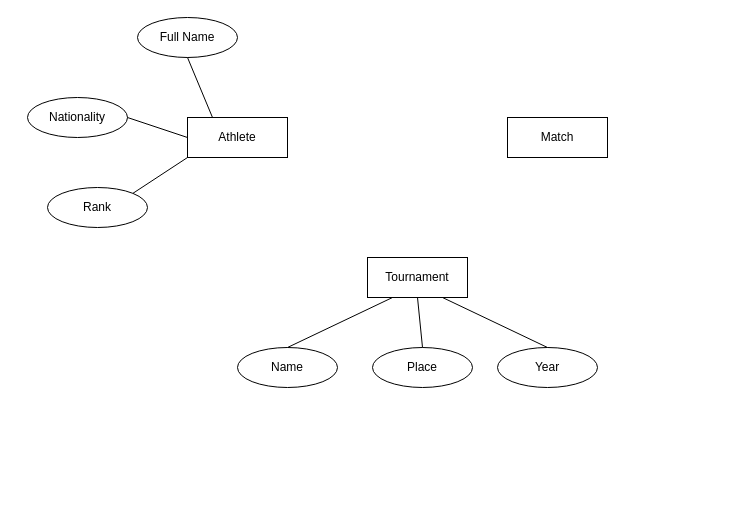
GiorgosKotsompolis/hello-world keeps this draw.io diagram as DB Σειρά 1.drawio. Above is the earlier version. Source tidied: cells renumbered, new cells numbered last; positions are measured from the earlier drawing's top-left corner, leaving out a move shared by most shapes. Both pictures are drawn from the tidied source at 100%, with x=0, y=0 at pixel (27, 17).
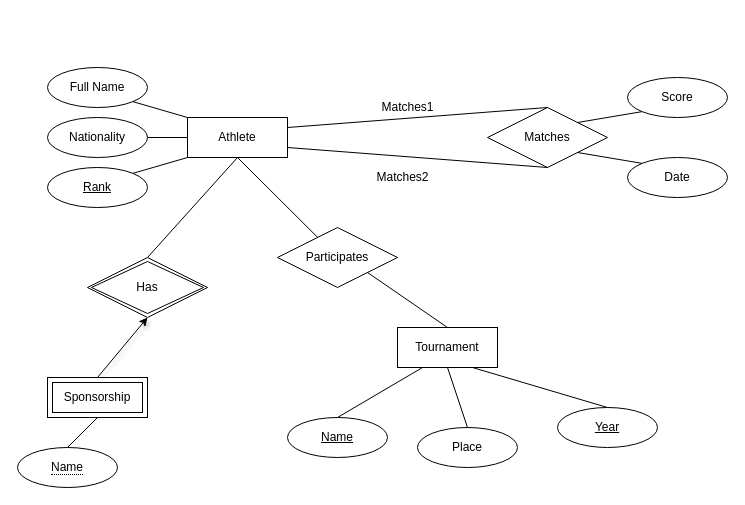
Above is the later version.

The change refers to these unchanged cells:
```xml
<mxCell id="2" value="Athlete" style="whiteSpace=wrap;html=1;align=center;" parent="1" vertex="1">
  <mxGeometry x="160" y="100" width="100" height="40" as="geometry" />
</mxCell>
```

What changed in the source:
```diff
@@
-    <mxCell id="3" value="Match" style="whiteSpace=wrap;html=1;align=center;" parent="1" vertex="1">
-      <mxGeometry x="480" y="100" width="100" height="40" as="geometry" />
-    </mxCell>
     <mxCell id="4" value="Tournament" style="whiteSpace=wrap;html=1;align=center;" parent="1" vertex="1">
-      <mxGeometry x="340" y="240" width="100" height="40" as="geometry" />
+      <mxGeometry x="370" y="310" width="100" height="40" as="geometry" />
     </mxCell>
-    <mxCell id="5" value="Year" style="ellipse;whiteSpace=wrap;html=1;align=center;" parent="1" vertex="1">
-      <mxGeometry x="470" y="330" width="100" height="40" as="geometry" />
+    <mxCell id="5" value="&lt;u&gt;Year&lt;/u&gt;" style="ellipse;whiteSpace=wrap;html=1;align=center;" parent="1" vertex="1">
+      <mxGeometry x="530" y="390" width="100" height="40" as="geometry" />
     </mxCell>
     <mxCell id="6" value="Place" style="ellipse;whiteSpace=wrap;html=1;align=center;" parent="1" vertex="1">
-      <mxGeometry x="345" y="330" width="100" height="40" as="geometry" />
+      <mxGeometry x="390" y="410" width="100" height="40" as="geometry" />
     </mxCell>
-    <mxCell id="7" value="Name" style="ellipse;whiteSpace=wrap;html=1;align=center;" parent="1" vertex="1">
-      <mxGeometry x="210" y="330" width="100" height="40" as="geometry" />
+    <mxCell id="7" value="&lt;u&gt;Name&lt;/u&gt;" style="ellipse;whiteSpace=wrap;html=1;align=center;" parent="1" vertex="1">
+      <mxGeometry x="260" y="400" width="100" height="40" as="geometry" />
     </mxCell>
@@
     <mxCell id="11" value="Full Name" style="ellipse;whiteSpace=wrap;html=1;align=center;" parent="1" vertex="1">
-      <mxGeometry x="110" width="100" height="40" as="geometry" />
+      <mxGeometry x="20" y="50" width="100" height="40" as="geometry" />
     </mxCell>
     <mxCell id="12" value="Nationality" style="ellipse;whiteSpace=wrap;html=1;align=center;" parent="1" vertex="1">
-      <mxGeometry y="80" width="100" height="40" as="geometry" />
+      <mxGeometry x="20" y="100" width="100" height="40" as="geometry" />
     </mxCell>
@@
-    <mxCell id="14" style="endArrow=none;html=1;rounded=0;entryX=0.5;entryY=1;entryDx=0;entryDy=0;exitX=0.25;exitY=0;exitDx=0;exitDy=0;" parent="1" edge="1" source="2" target="11">
+    <mxCell id="14" style="endArrow=none;html=1;rounded=0;entryX=1;entryY=1;entryDx=0;entryDy=0;exitX=0;exitY=0;exitDx=0;exitDy=0;" parent="1" edge="1" source="2" target="11">
       <mxGeometry relative="1" as="geometry" />
     </mxCell>
-    <mxCell id="15" value="Rank" style="ellipse;whiteSpace=wrap;html=1;align=center;" parent="1" vertex="1">
-      <mxGeometry x="20" y="170" width="100" height="40" as="geometry" />
+    <mxCell id="15" value="&lt;u&gt;Rank&lt;/u&gt;" style="ellipse;whiteSpace=wrap;html=1;align=center;" parent="1" vertex="1">
+      <mxGeometry x="20" y="150" width="100" height="40" as="geometry" />
     </mxCell>
@@
+    <mxCell id="17" value="Matches" style="shape=rhombus;perimeter=rhombusPerimeter;whiteSpace=wrap;html=1;align=center;" parent="1" vertex="1">
+      <mxGeometry x="460" y="90" width="120" height="60" as="geometry" />
+    </mxCell>
+    <mxCell id="18" style="endArrow=none;html=1;rounded=0;entryX=0.5;entryY=0;entryDx=0;entryDy=0;exitX=1;exitY=0.25;exitDx=0;exitDy=0;" parent="1" edge="1" source="2" target="17">
+      <mxGeometry relative="1" as="geometry" />
+    </mxCell>
+    <mxCell id="19" value="Matches1" style="text;html=1;align=center;verticalAlign=middle;fillColor=none;strokeColor=none;rounded=0;" parent="1" vertex="1">
+      <mxGeometry x="345" y="80" width="70" height="20" as="geometry" />
+    </mxCell>
+    <mxCell id="20" style="endArrow=none;html=1;rounded=0;entryX=0.5;entryY=1;entryDx=0;entryDy=0;exitX=1;exitY=0.75;exitDx=0;exitDy=0;" parent="1" edge="1" source="2" target="17">
+      <mxGeometry relative="1" as="geometry" />
+    </mxCell>
+    <mxCell id="21" value="Matches2" style="text;html=1;align=center;verticalAlign=middle;fillColor=none;strokeColor=none;rounded=0;" parent="1" vertex="1">
+      <mxGeometry x="340" y="150" width="70" height="20" as="geometry" />
+    </mxCell>
+    <mxCell id="22" value="Score" style="ellipse;whiteSpace=wrap;html=1;align=center;" parent="1" vertex="1">
+      <mxGeometry x="600" y="60" width="100" height="40" as="geometry" />
+    </mxCell>
+    <mxCell id="23" value="Date" style="ellipse;whiteSpace=wrap;html=1;align=center;" parent="1" vertex="1">
+      <mxGeometry x="600" y="140" width="100" height="40" as="geometry" />
+    </mxCell>
+    <mxCell id="24" style="endArrow=none;html=1;rounded=0;exitX=1;exitY=1;exitDx=0;exitDy=0;entryX=0;entryY=0;entryDx=0;entryDy=0;" parent="1" edge="1" source="17" target="23">
+      <mxGeometry relative="1" as="geometry" />
+    </mxCell>
+    <mxCell id="25" style="endArrow=none;html=1;rounded=0;entryX=0;entryY=1;entryDx=0;entryDy=0;exitX=1;exitY=0;exitDx=0;exitDy=0;" parent="1" edge="1" source="17" target="22">
+      <mxGeometry relative="1" as="geometry" />
+    </mxCell>
+    <mxCell id="26" value="Participates" style="shape=rhombus;perimeter=rhombusPerimeter;whiteSpace=wrap;html=1;align=center;" parent="1" vertex="1">
+      <mxGeometry x="250" y="210" width="120" height="60" as="geometry" />
+    </mxCell>
+    <mxCell id="27" style="endArrow=none;html=1;rounded=0;entryX=0.5;entryY=1;entryDx=0;entryDy=0;exitX=0.337;exitY=0.17;exitDx=0;exitDy=0;exitPerimeter=0;" parent="1" edge="1" source="26" target="2">
+      <mxGeometry relative="1" as="geometry" />
+    </mxCell>
+    <mxCell id="28" style="endArrow=none;html=1;rounded=0;entryX=0.5;entryY=0;entryDx=0;entryDy=0;exitX=1;exitY=1;exitDx=0;exitDy=0;" parent="1" edge="1" source="26" target="4">
+      <mxGeometry relative="1" as="geometry" />
+    </mxCell>
+    <mxCell id="29" value="Sponsorship" style="shape=ext;margin=3;double=1;whiteSpace=wrap;html=1;align=center;" parent="1" vertex="1">
+      <mxGeometry x="20" y="360" width="100" height="40" as="geometry" />
+    </mxCell>
+    <mxCell id="30" value="Has" style="shape=rhombus;double=1;perimeter=rhombusPerimeter;whiteSpace=wrap;html=1;align=center;" parent="1" vertex="1">
+      <mxGeometry x="60" y="240" width="120" height="60" as="geometry" />
+    </mxCell>
+    <mxCell id="31" style="endArrow=none;html=1;rounded=0;entryX=0.5;entryY=1;entryDx=0;entryDy=0;exitX=0.5;exitY=0;exitDx=0;exitDy=0;" parent="1" edge="1" source="30" target="2">
+      <mxGeometry relative="1" as="geometry" />
+    </mxCell>
+    <mxCell id="32" style="endArrow=classic;html=1;shadow=1;exitX=0.5;exitY=0;exitDx=0;exitDy=0;entryX=0.5;entryY=1;entryDx=0;entryDy=0;" parent="1" edge="1" source="29" target="30">
+      <mxGeometry relative="1" as="geometry" />
+    </mxCell>
+    <mxCell id="33" value="&lt;span style=&quot;border-bottom: 1px dotted&quot;&gt;Name&lt;/span&gt;" style="ellipse;whiteSpace=wrap;html=1;align=center;" parent="1" vertex="1">
+      <mxGeometry x="-10" y="430" width="100" height="40" as="geometry" />
+    </mxCell>
+    <mxCell id="34" style="endArrow=none;html=1;rounded=0;shadow=0;entryX=0.5;entryY=0;entryDx=0;entryDy=0;exitX=0.5;exitY=1;exitDx=0;exitDy=0;" parent="1" edge="1" source="29" target="33">
+      <mxGeometry relative="1" as="geometry" />
+    </mxCell>
```
